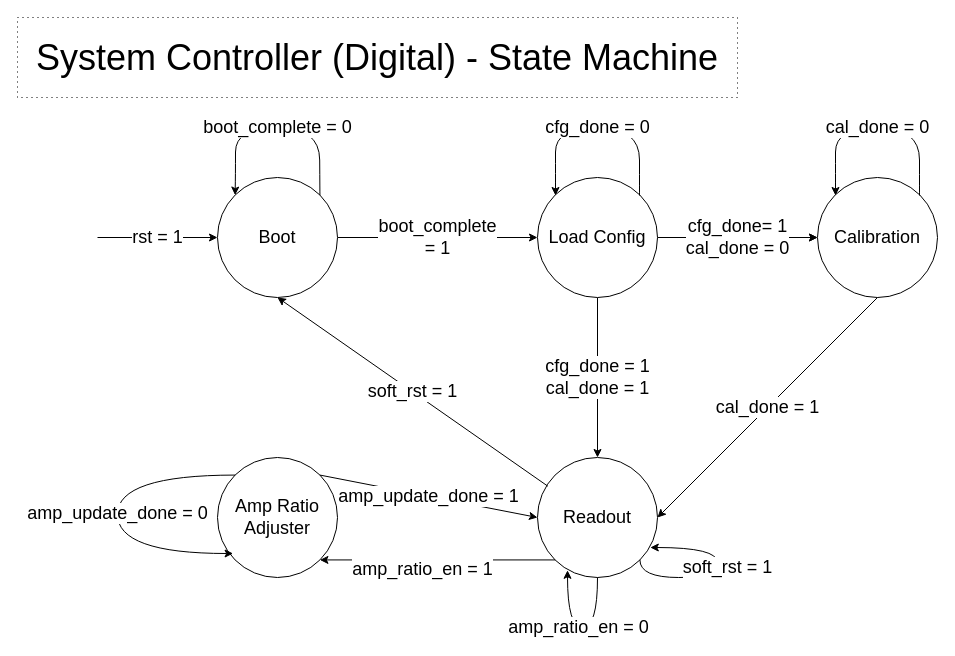
Earlier version of the draw.io diagram page "State Machine" (3 of 13) of Media/Optical Probe Station Design.drawio (victoriatjhin/Probton). Source tidied: cells renumbered, new cells numbered last; positions are measured from the earlier drawing's top-left corner, leaving out a move shared by most shapes. Both pictures are drawn from the tidied source at 100%, with x=0, y=0 at pixel (17, 17).
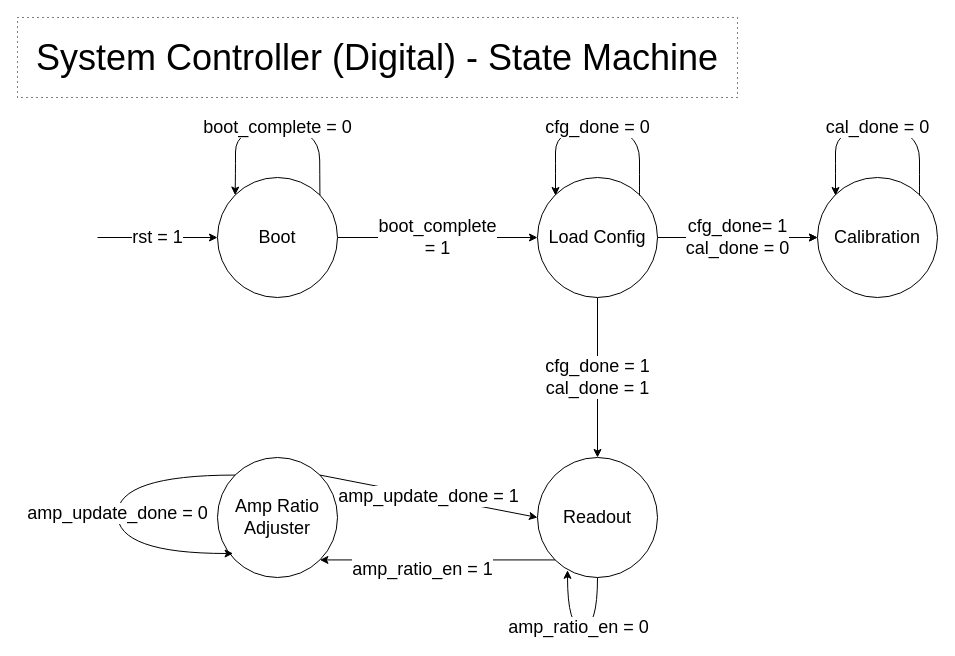
The same diagram, later.

Unchanged cells that the change refers to:
```xml
<mxCell id="5" value="&lt;font style=&quot;font-size: 18px;&quot;&gt;Boot&lt;/font&gt;" style="ellipse;whiteSpace=wrap;html=1;" parent="1" vertex="1">
  <mxGeometry x="200" y="160" width="120" height="120" as="geometry" />
</mxCell>
<mxCell id="12" value="&lt;font style=&quot;font-size: 18px;&quot;&gt;Calibration&lt;/font&gt;" style="ellipse;whiteSpace=wrap;html=1;" parent="1" vertex="1">
  <mxGeometry x="800" y="160" width="120" height="120" as="geometry" />
</mxCell>
<mxCell id="13" value="&lt;font style=&quot;font-size: 18px;&quot;&gt;Readout&lt;/font&gt;" style="ellipse;whiteSpace=wrap;html=1;" parent="1" vertex="1">
  <mxGeometry x="520" y="440" width="120" height="120" as="geometry" />
</mxCell>
```

What changed in the source:
```diff
@@
-    <mxCell id="14" value="&lt;font style=&quot;font-size: 18px;&quot;&gt;cal_done = 1&lt;/font&gt;" style="endArrow=classic;html=1;rounded=0;exitX=0.5;exitY=1;exitDx=0;exitDy=0;entryX=1;entryY=0.5;entryDx=0;entryDy=0;" parent="1" edge="1" source="12" target="13">
-      <mxGeometry relative="1" as="geometry" />
-    </mxCell>
-    <mxCell id="15" value="&lt;font style=&quot;font-size: 18px;&quot;&gt;soft_rst = 1&lt;/font&gt;" style="endArrow=classic;html=1;rounded=0;exitX=0.086;exitY=0.239;exitDx=0;exitDy=0;entryX=0.5;entryY=1;entryDx=0;entryDy=0;exitPerimeter=0;" parent="1" edge="1" source="13" target="5">
-      <mxGeometry relative="1" as="geometry" />
-    </mxCell>
-    <mxCell id="16" value="&lt;span style=&quot;font-size: 18px;&quot;&gt;soft_rst = 1&lt;/span&gt;" style="curved=1;endArrow=classic;html=1;rounded=0;edgeStyle=orthogonalEdgeStyle;innerLoopWaypoints=1;entryX=0.94;entryY=0.75;entryDx=0;entryDy=0;exitX=1;exitY=1;exitDx=0;exitDy=0;entryPerimeter=0;" parent="1" edge="1" source="13" target="13">
-      <mxGeometry x="0.09" y="-10" relative="1" as="geometry">
-        <Array as="points">
-          <mxPoint x="622" y="560" />
-          <mxPoint x="700" y="560" />
-          <mxPoint x="700" y="530" />
-        </Array>
-      </mxGeometry>
-    </mxCell>
```
